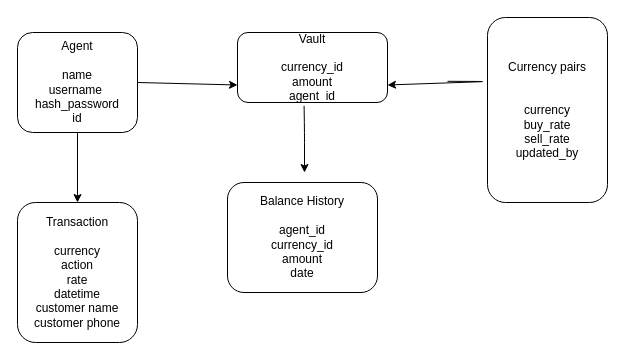
Before: diags.drawio in spykat21/currency_trader, a draw.io diagram. Source tidied: cells renumbered, new cells numbered last; positions are measured from the earlier drawing's top-left corner, leaving out a move shared by most shapes. Both pictures are drawn from the tidied source at 100%, with x=0, y=0 at pixel (17, 17).
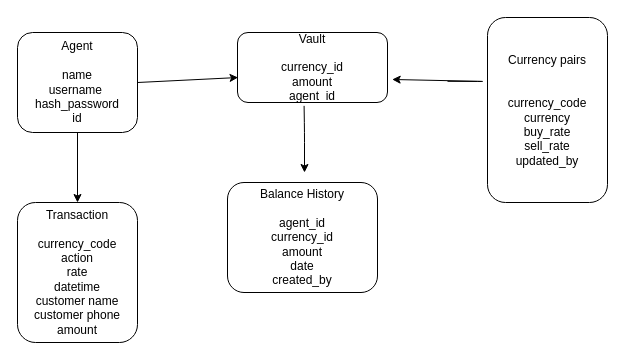
The same diagram, later.

Change to the diagram source:
```diff
@@
 <mxGraphModel>
   <root>
     <mxCell id="0" />
     <mxCell id="1" parent="0" />
     <mxCell id="2" value="Agent&lt;br&gt;&lt;br&gt;name&lt;br&gt;username&amp;nbsp;&lt;br&gt;hash_password&lt;br&gt;id" style="rounded=1;whiteSpace=wrap;html=1;" parent="1" vertex="1">
       <mxGeometry y="15" width="120" height="100" as="geometry" />
     </mxCell>
-    <mxCell id="3" value="Currency pairs&lt;br&gt;&lt;br&gt;&lt;br&gt;currency&lt;br&gt;buy_rate&lt;br&gt;sell_rate&lt;br&gt;updated_by" style="rounded=1;whiteSpace=wrap;html=1;" parent="1" vertex="1">
+    <mxCell id="3" value="Currency pairs&lt;br&gt;&lt;br&gt;&lt;br&gt;currency_code&lt;br&gt;currency&lt;br&gt;buy_rate&lt;br&gt;sell_rate&lt;br&gt;updated_by" style="rounded=1;whiteSpace=wrap;html=1;" parent="1" vertex="1">
       <mxGeometry x="470" width="120" height="185" as="geometry" />
     </mxCell>
-    <mxCell id="4" value="Transaction&lt;br&gt;&lt;br&gt;currency&lt;br&gt;action&lt;br&gt;rate&lt;br&gt;datetime&lt;br&gt;customer name&lt;br&gt;customer phone&lt;br&gt;" style="rounded=1;whiteSpace=wrap;html=1;" parent="1" vertex="1">
+    <mxCell id="4" value="Transaction&lt;br&gt;&lt;br&gt;currency_code&lt;br&gt;action&lt;br&gt;rate&lt;br&gt;datetime&lt;br&gt;customer name&lt;br&gt;customer phone&lt;br&gt;amount" style="rounded=1;whiteSpace=wrap;html=1;" parent="1" vertex="1">
       <mxGeometry y="185" width="120" height="140" as="geometry" />
     </mxCell>
     <mxCell id="5" value="Vault&lt;br&gt;&lt;br&gt;currency_id&lt;br&gt;amount&lt;br&gt;agent_id" style="rounded=1;whiteSpace=wrap;html=1;" parent="1" vertex="1">
       <mxGeometry x="220" y="15" width="150" height="70" as="geometry" />
     </mxCell>
-    <mxCell id="6" value="Balance History&lt;br&gt;&lt;br&gt;agent_id&lt;br&gt;currency_id&lt;br&gt;amount&lt;br&gt;date" style="rounded=1;whiteSpace=wrap;html=1;" parent="1" vertex="1">
+    <mxCell id="6" value="Balance History&lt;br&gt;&lt;br&gt;agent_id&lt;br&gt;currency_id&lt;br&gt;amount&lt;br&gt;date&lt;br&gt;created_by" style="rounded=1;whiteSpace=wrap;html=1;" parent="1" vertex="1">
       <mxGeometry x="210" y="165" width="150" height="110" as="geometry" />
     </mxCell>
-    <mxCell id="7" style="endArrow=classic;html=1;exitX=1;exitY=0.5;exitDx=0;exitDy=0;entryX=0;entryY=0.75;entryDx=0;entryDy=0;" parent="1" edge="1" source="2" target="5">
+    <mxCell id="7" style="endArrow=classic;html=1;exitX=1;exitY=0.5;exitDx=0;exitDy=0;entryX=0.004;entryY=0.643;entryDx=0;entryDy=0;entryPerimeter=0;" parent="1" edge="1" source="2" target="5">
       <mxGeometry relative="1" as="geometry" />
     </mxCell>
     <mxCell id="8" style="endArrow=classic;html=1;exitX=0.444;exitY=1.048;exitDx=0;exitDy=0;exitPerimeter=0;" parent="1" edge="1" source="5">
       <mxGeometry relative="1" as="geometry">
         <mxPoint x="287" y="155" as="targetPoint" />
         <Array as="points">
           <mxPoint x="287" y="115" />
         </Array>
       </mxGeometry>
     </mxCell>
     <mxCell id="9" style="endArrow=classic;html=1;" parent="1" edge="1" source="2">
       <mxGeometry relative="1" as="geometry">
         <mxPoint x="60" y="185" as="targetPoint" />
       </mxGeometry>
     </mxCell>
-    <mxCell id="10" style="endArrow=classic;html=1;exitX=1;exitY=0.5;exitDx=0;exitDy=0;entryX=1;entryY=0.75;entryDx=0;entryDy=0;" parent="1" edge="1" target="5">
+    <mxCell id="10" style="endArrow=classic;html=1;exitX=1;exitY=0.5;exitDx=0;exitDy=0;entryX=1.031;entryY=0.671;entryDx=0;entryDy=0;entryPerimeter=0;" parent="1" edge="1" target="5">
       <mxGeometry relative="1" as="geometry">
         <mxPoint x="430" y="63.8" as="sourcePoint" />
         <Array as="points">
           <mxPoint x="470" y="64" />
         </Array>
       </mxGeometry>
     </mxCell>
   </root>
 </mxGraphModel>
```
